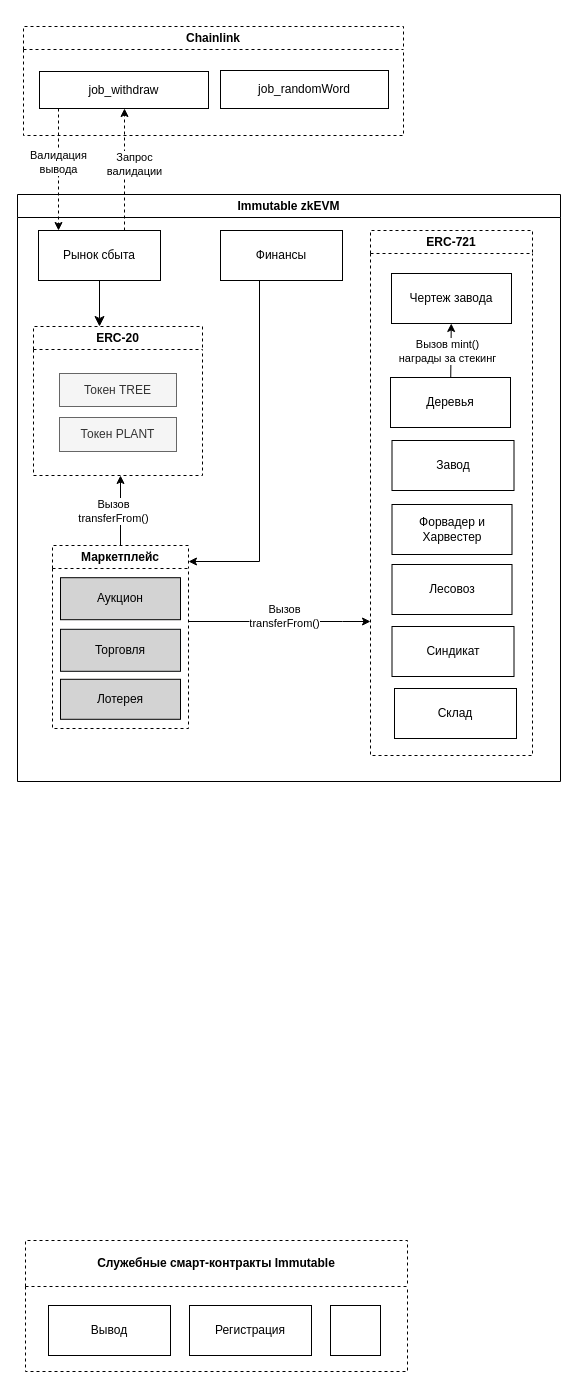
This is page "Архитектура SC" (1 of 14) of Основная.drawio.xml from careock/diagrams, a draw.io file, before an edit. Source tidied: cells renumbered, new cells numbered last; positions are measured from the earlier drawing's top-left corner, leaving out a move shared by most shapes. Both pictures are drawn from the tidied source at 100%, with x=0, y=0 at pixel (-113, 26).
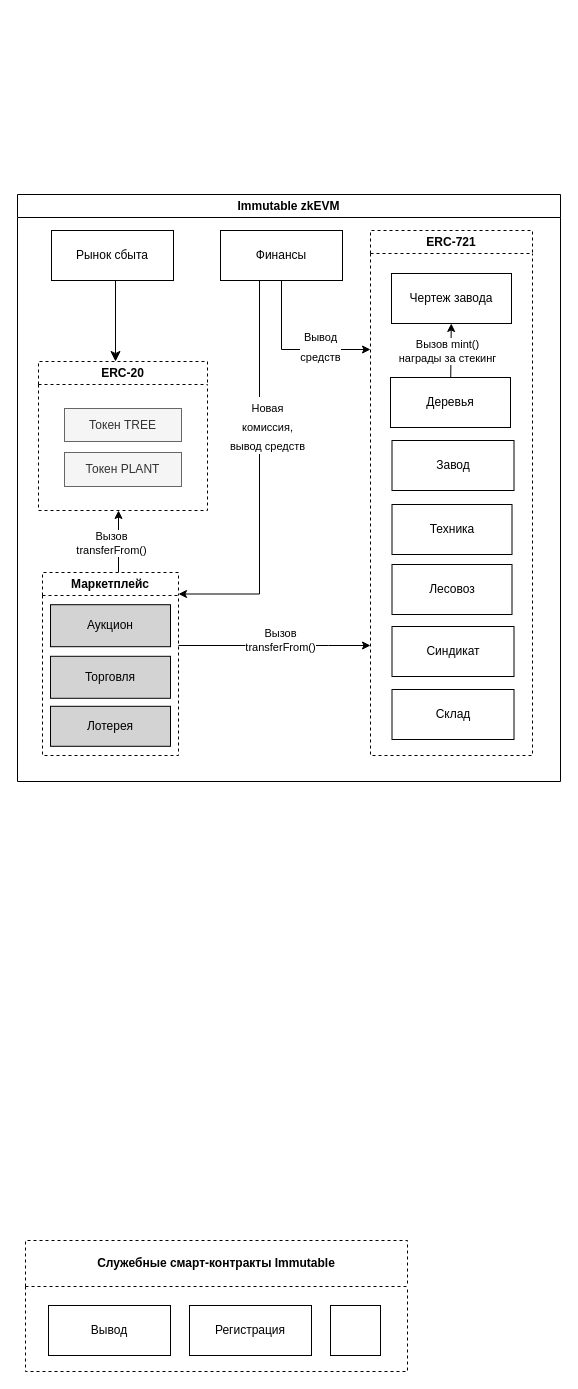
The same diagram, later.

The change refers to these unchanged cells:
```xml
<mxCell id="2" value="Immutable zkEVM" style="swimlane;whiteSpace=wrap;html=1;" parent="1" vertex="1">
  <mxGeometry x="130" y="168" width="543" height="587" as="geometry" />
</mxCell>
<mxCell id="7" value="Финансы" style="rounded=0;whiteSpace=wrap;html=1;" parent="2" vertex="1">
  <mxGeometry x="203" y="36" width="122" height="50" as="geometry" />
</mxCell>
<mxCell id="10" value="ERC-721" style="swimlane;whiteSpace=wrap;html=1;startSize=23;dashed=1;" parent="2" vertex="1">
  <mxGeometry x="353" y="36" width="162" height="525" as="geometry" />
</mxCell>
```

What changed in the source:
```diff
@@
-    <mxCell id="3" style="edgeStyle=elbowEdgeStyle;rounded=0;jettySize=auto;html=1;startArrow=none;startFill=0;endArrow=classic;endFill=1;" parent="2" edge="1" source="23" target="20">
+    <mxCell id="3" style="edgeStyle=elbowEdgeStyle;rounded=0;orthogonalLoop=1;jettySize=auto;html=1;startArrow=none;startFill=0;endArrow=classic;endFill=1;" parent="2" edge="1">
       <mxGeometry relative="1" as="geometry">
+        <mxPoint x="101" y="378" as="sourcePoint" />
+        <mxPoint x="101" y="316" as="targetPoint" />
         <Array as="points">
-          <mxPoint x="135" y="360" />
-          <mxPoint x="275" y="269" />
-          <mxPoint x="262" y="332" />
-          <mxPoint x="214" y="451" />
-          <mxPoint x="260" y="434" />
-          <mxPoint x="28" y="495" />
+          <mxPoint x="101" y="360" />
+          <mxPoint x="241" y="269" />
+          <mxPoint x="228" y="332" />
+          <mxPoint x="180" y="451" />
+          <mxPoint x="226" y="434" />
+          <mxPoint x="-6" y="495" />
         </Array>
       </mxGeometry>
     </mxCell>
@@
     <mxCell id="5" style="edgeStyle=elbowEdgeStyle;rounded=0;jettySize=auto;html=1;startArrow=none;startFill=0;endArrow=classic;endFill=1;elbow=vertical;" parent="2" edge="1" source="23" target="10">
       <mxGeometry relative="1" as="geometry">
         <Array as="points">
+          <mxPoint x="311" y="451" />
           <mxPoint x="325" y="427" />
           <mxPoint x="337" y="269" />
           <mxPoint x="393" y="320" />
           <mxPoint x="118" y="741" />
         </Array>
       </mxGeometry>
     </mxCell>
@@
-    <mxCell id="8" style="edgeStyle=elbowEdgeStyle;rounded=0;jettySize=auto;html=1;fontSize=12;startSize=8;endSize=8;" parent="2" edge="1" source="9" target="20">
+    <mxCell id="8" style="edgeStyle=elbowEdgeStyle;rounded=0;jettySize=auto;html=1;fontSize=12;startSize=8;endSize=8;" parent="2" edge="1" target="20">
       <mxGeometry relative="1" as="geometry">
+        <mxPoint x="98" y="86" as="sourcePoint" />
         <Array as="points">
-          <mxPoint x="32" y="173" />
-          <mxPoint x="17" y="180" />
+          <mxPoint x="98" y="178" />
         </Array>
       </mxGeometry>
     </mxCell>
     <mxCell id="9" value="Рынок сбыта" style="rounded=0;whiteSpace=wrap;html=1;" parent="2" vertex="1">
-      <mxGeometry x="21" y="36" width="122" height="50" as="geometry" />
+      <mxGeometry x="34" y="36" width="122" height="50" as="geometry" />
     </mxCell>
@@
-    <mxCell id="11" value="Форвадер и Харвестер" style="rounded=0;whiteSpace=wrap;html=1;" parent="10" vertex="1">
+    <mxCell id="11" value="Техника" style="rounded=0;whiteSpace=wrap;html=1;" parent="10" vertex="1">
       <mxGeometry x="21.5" y="274" width="120" height="50" as="geometry" />
     </mxCell>
@@
     <mxCell id="19" value="Склад" style="rounded=0;whiteSpace=wrap;html=1;" parent="10" vertex="1">
-      <mxGeometry x="24" y="458" width="122" height="50" as="geometry" />
+      <mxGeometry x="21.5" y="459" width="122" height="50" as="geometry" />
     </mxCell>
     <mxCell id="20" value="ERC-20" style="swimlane;whiteSpace=wrap;html=1;dashed=1;" parent="2" vertex="1">
-      <mxGeometry x="16" y="132" width="169" height="149" as="geometry" />
+      <mxGeometry x="21" y="167" width="169" height="149" as="geometry" />
     </mxCell>
@@
     <mxCell id="23" value="Маркетплейс" style="swimlane;whiteSpace=wrap;html=1;dashed=1;" parent="2" vertex="1">
-      <mxGeometry x="35" y="351" width="136" height="183" as="geometry" />
+      <mxGeometry x="25" y="378" width="136" height="183" as="geometry" />
     </mxCell>
@@
-    <mxCell id="27" style="edgeStyle=elbowEdgeStyle;rounded=0;jettySize=auto;html=1;startArrow=none;startFill=0;endArrow=classic;endFill=1;" parent="2" edge="1" source="7" target="23">
+    <mxCell id="27" style="edgeStyle=elbowEdgeStyle;rounded=0;jettySize=auto;html=1;startArrow=none;startFill=0;endArrow=classic;endFill=1;" parent="2" edge="1" source="7">
       <mxGeometry relative="1" as="geometry">
+        <mxPoint x="161" y="399.5" as="targetPoint" />
         <Array as="points">
-          <mxPoint x="242" y="367" />
-          <mxPoint x="295" y="102" />
-          <mxPoint x="208" y="338" />
-          <mxPoint x="154" y="417" />
-          <mxPoint x="198" y="426" />
-          <mxPoint x="169" y="460" />
-          <mxPoint x="387" y="479" />
+          <mxPoint x="242" y="297" />
+          <mxPoint x="295" y="32" />
+          <mxPoint x="208" y="268" />
+          <mxPoint x="154" y="347" />
+          <mxPoint x="198" y="356" />
+          <mxPoint x="169" y="390" />
+          <mxPoint x="387" y="409" />
         </Array>
       </mxGeometry>
     </mxCell>
-    <mxCell id="28" style="edgeStyle=elbowEdgeStyle;rounded=0;jettySize=auto;html=1;startArrow=none;startFill=0;endArrow=classic;endFill=1;dashed=1;" parent="1" edge="1" source="9" target="35">
-      <mxGeometry relative="1" as="geometry">
-        <Array as="points">
-          <mxPoint x="237" y="151" />
-          <mxPoint x="44" y="221" />
-          <mxPoint y="232" />
-          <mxPoint x="47" y="162" />
-          <mxPoint x="152" y="379" />
-          <mxPoint x="121" y="242" />
-          <mxPoint x="96" y="225" />
-          <mxPoint x="316" y="184" />
-          <mxPoint x="455" y="219" />
-          <mxPoint x="9" y="310" />
-          <mxPoint x="91" y="408" />
-          <mxPoint x="256" y="498" />
-          <mxPoint x="221" y="351" />
-          <mxPoint x="243" y="412" />
-        </Array>
-      </mxGeometry>
-    </mxCell>
-    <mxCell id="29" value="Запрос &lt;br&gt;валидации" style="edgeLabel;html=1;align=center;verticalAlign=middle;fontSize=11;" parent="28" vertex="1">
-      <mxGeometry x="-0.4" y="-1" relative="1" as="geometry">
-        <mxPoint x="8" y="-30" as="offset" />
-      </mxGeometry>
-    </mxCell>
+    <mxCell id="40" value="&lt;span style=&quot;font-size: 11px;&quot;&gt;Новая&lt;br&gt;комиссия,&lt;br&gt;вывод средств&lt;/span&gt;" style="edgeLabel;html=1;align=center;verticalAlign=middle;fontSize=16;" parent="27" vertex="1">
+      <mxGeometry x="-0.28" relative="1" as="geometry">
+        <mxPoint x="7" y="2" as="offset" />
+      </mxGeometry>
+    </mxCell>
+    <mxCell id="41" style="edgeStyle=elbowEdgeStyle;rounded=0;jettySize=auto;html=1;startArrow=none;startFill=0;endArrow=classic;endFill=1;elbow=vertical;" parent="2" edge="1" source="7" target="10">
+      <mxGeometry relative="1" as="geometry">
+        <Array as="points">
+          <mxPoint x="336" y="155" />
+        </Array>
+      </mxGeometry>
+    </mxCell>
+    <mxCell id="42" value="&lt;span style=&quot;font-size: 11px;&quot;&gt;Вывод&lt;br&gt;средств&lt;/span&gt;" style="edgeLabel;html=1;align=center;verticalAlign=middle;fontSize=16;" parent="41" vertex="1">
+      <mxGeometry x="-0.28" relative="1" as="geometry">
+        <mxPoint x="38" y="7" as="offset" />
+      </mxGeometry>
+    </mxCell>
@@
-    <mxCell id="34" value="Chainlink" style="swimlane;whiteSpace=wrap;html=1;dashed=1;" parent="1" vertex="1">
-      <mxGeometry x="136" width="380" height="109" as="geometry" />
-    </mxCell>
-    <mxCell id="35" value="job_withdraw" style="rounded=0;whiteSpace=wrap;html=1;" parent="34" vertex="1">
-      <mxGeometry x="16" y="45" width="169" height="37" as="geometry" />
-    </mxCell>
-    <mxCell id="36" value="job_randomWord" style="rounded=0;whiteSpace=wrap;html=1;" parent="34" vertex="1">
-      <mxGeometry x="197" y="44" width="168" height="38" as="geometry" />
-    </mxCell>
-    <mxCell id="37" style="edgeStyle=none;curved=1;rounded=0;orthogonalLoop=1;jettySize=auto;html=1;exitX=0.75;exitY=0;exitDx=0;exitDy=0;fontSize=12;startSize=8;endSize=8;" parent="1" edge="1" source="34" target="34">
-      <mxGeometry relative="1" as="geometry" />
+    <mxCell id="37" style="edgeStyle=none;curved=1;rounded=0;orthogonalLoop=1;jettySize=auto;html=1;exitX=0.75;exitY=0;exitDx=0;exitDy=0;fontSize=12;startSize=8;endSize=8;" parent="1" edge="1">
+      <mxGeometry relative="1" as="geometry">
+        <mxPoint x="421" as="sourcePoint" />
+        <mxPoint x="421" as="targetPoint" />
+      </mxGeometry>
     </mxCell>
-    <mxCell id="38" style="edgeStyle=elbowEdgeStyle;rounded=0;jettySize=auto;html=1;startArrow=none;startFill=0;endArrow=classic;endFill=1;dashed=1;" parent="1" edge="1" source="35" target="9">
-      <mxGeometry relative="1" as="geometry">
-        <Array as="points">
-          <mxPoint x="171" y="128" />
-          <mxPoint x="50" y="219" />
-          <mxPoint x="57" y="172" />
-          <mxPoint x="162" y="389" />
-          <mxPoint x="131" y="252" />
-          <mxPoint x="106" y="235" />
-          <mxPoint x="326" y="194" />
-          <mxPoint x="465" y="229" />
-          <mxPoint x="19" y="320" />
-          <mxPoint x="101" y="418" />
-          <mxPoint x="266" y="508" />
-          <mxPoint x="231" y="361" />
-          <mxPoint x="253" y="422" />
-        </Array>
-      </mxGeometry>
-    </mxCell>
-    <mxCell id="39" value="Валидация &lt;br&gt;вывода" style="edgeLabel;html=1;align=center;verticalAlign=middle;fontSize=11;" parent="38" vertex="1">
-      <mxGeometry x="-0.4" y="-1" relative="1" as="geometry">
-        <mxPoint y="16" as="offset" />
-      </mxGeometry>
-    </mxCell>
```
